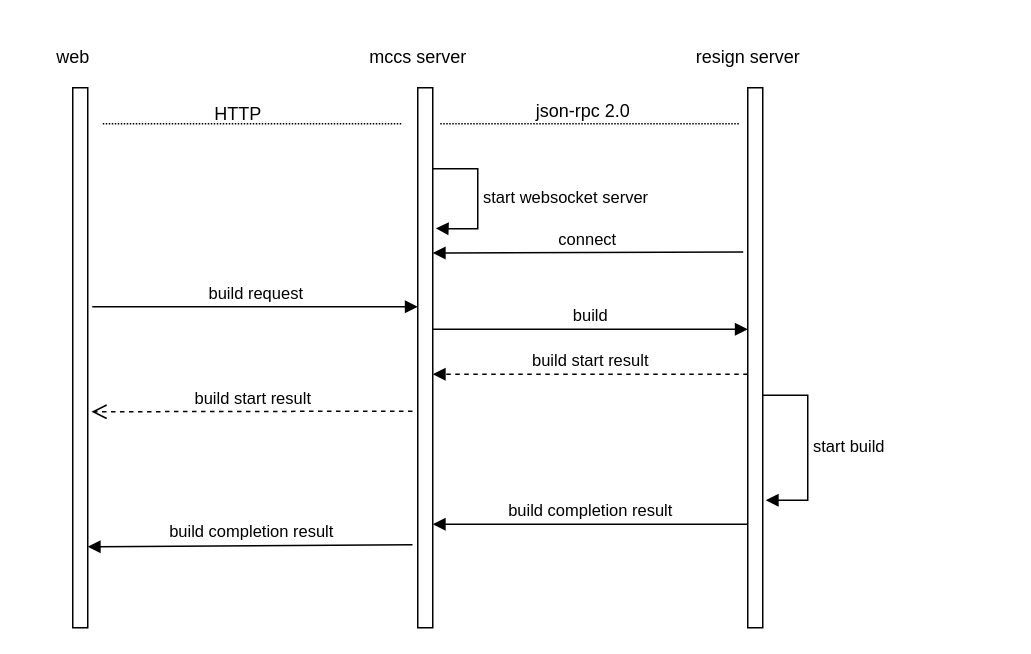
Above: oem.drawio in Dcell/drawio (draw.io), before the change. Source tidied: cells renumbered, new cells numbered last; positions are measured from the earlier drawing's top-left corner, leaving out a move shared by most shapes. Both pictures are drawn from the tidied source at 150%, with x=0, y=0 at pixel (42, 42).
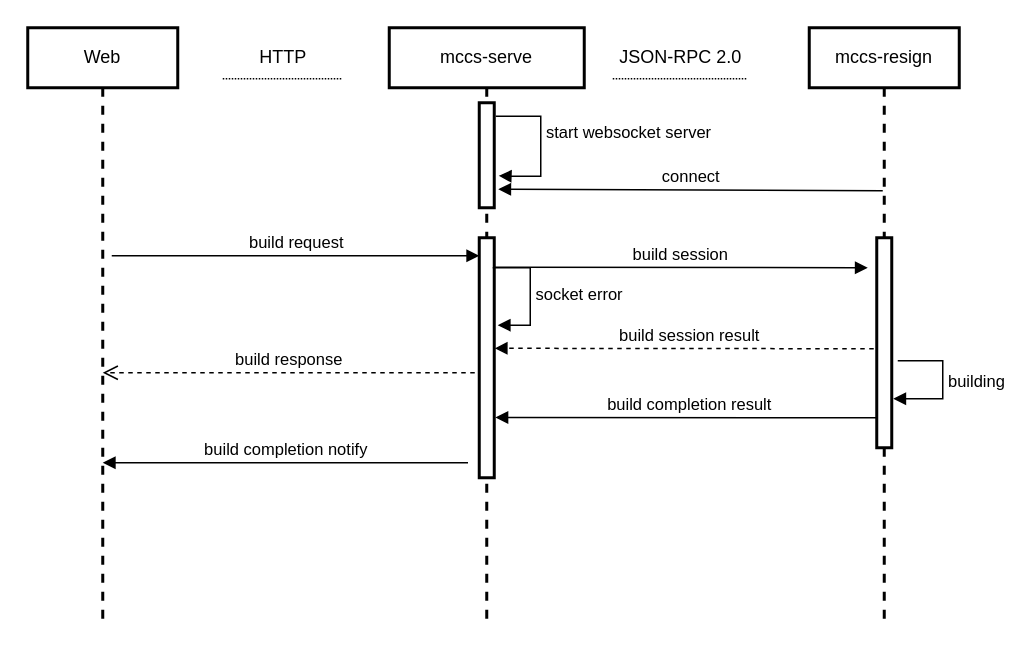
After the change.

Diff of the diagram source:
```diff
@@
-    <mxCell id="2" style="html=1;perimeter=orthogonalPerimeter;" parent="1" vertex="1">
-      <mxGeometry x="20" y="30" width="10" height="360" as="geometry" />
-    </mxCell>
-    <mxCell id="3" style="html=1;points=[];perimeter=orthogonalPerimeter;" parent="1" vertex="1">
-      <mxGeometry x="250" y="30" width="10" height="360" as="geometry" />
-    </mxCell>
-    <mxCell id="4" style="html=1;points=[];perimeter=orthogonalPerimeter;" parent="1" vertex="1">
-      <mxGeometry x="470" y="30" width="10" height="360" as="geometry" />
-    </mxCell>
-    <mxCell id="5" value="web" style="text;html=1;align=center;verticalAlign=middle;" parent="1" vertex="1">
-      <mxGeometry width="40" height="20" as="geometry" />
-    </mxCell>
-    <mxCell id="6" value="mccs server" style="text;html=1;align=center;verticalAlign=middle;" parent="1" vertex="1">
-      <mxGeometry x="210" width="80" height="20" as="geometry" />
-    </mxCell>
-    <mxCell id="7" value="resign server" style="text;html=1;align=center;verticalAlign=middle;" parent="1" vertex="1">
-      <mxGeometry x="430" width="80" height="20" as="geometry" />
-    </mxCell>
     <mxCell id="8" value="start websocket server&lt;br&gt;" style="edgeStyle=orthogonalEdgeStyle;html=1;align=left;spacingLeft=2;endArrow=block;rounded=0;entryX=1.2;entryY=0.138;entryDx=0;entryDy=0;entryPerimeter=0;" parent="1" edge="1">
-      <mxGeometry relative="1" as="geometry">
-        <mxPoint x="260" y="84" as="sourcePoint" />
-        <mxPoint x="262" y="123.7" as="targetPoint" />
+      <mxGeometry x="-0.39" y="-11" relative="1" as="geometry">
+        <mxPoint x="302" y="49" as="sourcePoint" />
+        <mxPoint x="304" y="88.7" as="targetPoint" />
         <Array as="points">
-          <mxPoint x="290" y="84" />
-          <mxPoint x="290" y="124" />
-          <mxPoint x="270" y="124" />
+          <mxPoint x="332" y="49" />
+          <mxPoint x="332" y="89" />
+          <mxPoint x="312" y="89" />
         </Array>
+        <mxPoint x="11" y="11" as="offset" />
       </mxGeometry>
     </mxCell>
     <mxCell id="9" value="build request" style="html=1;verticalAlign=bottom;endArrow=block;" parent="1" edge="1">
       <mxGeometry relative="1" as="geometry">
-        <mxPoint x="33" y="176" as="sourcePoint" />
-        <mxPoint x="250" y="176" as="targetPoint" />
+        <mxPoint x="46" y="142" as="sourcePoint" />
+        <mxPoint x="291" y="142" as="targetPoint" />
       </mxGeometry>
     </mxCell>
-    <mxCell id="10" value="json-rpc 2.0" style="text;html=1;align=center;verticalAlign=middle;" parent="1" vertex="1">
-      <mxGeometry x="320" y="36" width="80" height="20" as="geometry" />
+    <mxCell id="10" value="JSON-RPC 2.0" style="text;html=1;align=center;verticalAlign=middle;" parent="1" vertex="1">
+      <mxGeometry x="375" width="100" height="20" as="geometry" />
     </mxCell>
-    <mxCell id="11" value="build start result" style="html=1;verticalAlign=bottom;endArrow=open;dashed=1;endSize=8;entryX=1.25;entryY=0.5;entryDx=0;entryDy=0;entryPerimeter=0;exitX=-0.35;exitY=0.499;exitDx=0;exitDy=0;exitPerimeter=0;" parent="1" edge="1">
+    <mxCell id="11" value="build response" style="html=1;verticalAlign=bottom;endArrow=open;dashed=1;endSize=8;exitX=-0.35;exitY=0.499;exitDx=0;exitDy=0;exitPerimeter=0;" parent="1" edge="1" target="21">
       <mxGeometry relative="1" as="geometry">
-        <mxPoint x="246.5" y="245.6" as="sourcePoint" />
-        <mxPoint x="32.5" y="246" as="targetPoint" />
+        <mxPoint x="288" y="220" as="sourcePoint" />
       </mxGeometry>
     </mxCell>
-    <mxCell id="12" value="build" style="html=1;verticalAlign=bottom;endArrow=block;" parent="1" edge="1">
+    <mxCell id="12" value="build session" style="html=1;verticalAlign=bottom;endArrow=block;exitX=0.9;exitY=0.123;exitDx=0;exitDy=0;exitPerimeter=0;" parent="1" edge="1" source="24">
       <mxGeometry relative="1" as="geometry">
-        <mxPoint x="260" y="191" as="sourcePoint" />
-        <mxPoint x="470" y="191" as="targetPoint" />
+        <mxPoint x="550" y="150" as="targetPoint" />
       </mxGeometry>
     </mxCell>
-    <mxCell id="13" value="build start result" style="html=1;verticalAlign=bottom;endArrow=block;dashed=1;" parent="1" edge="1">
+    <mxCell id="13" value="build session result" style="html=1;verticalAlign=bottom;endArrow=block;dashed=1;entryX=1.033;entryY=0.373;entryDx=0;entryDy=0;entryPerimeter=0;" parent="1" edge="1">
       <mxGeometry relative="1" as="geometry">
-        <mxPoint x="470" y="221" as="sourcePoint" />
-        <mxPoint x="260" y="221" as="targetPoint" />
+        <mxPoint x="560" y="204" as="sourcePoint" />
+        <mxPoint x="301.3" y="203.7" as="targetPoint" />
       </mxGeometry>
     </mxCell>
-    <mxCell id="14" value="start build" style="edgeStyle=orthogonalEdgeStyle;html=1;align=left;spacingLeft=2;endArrow=block;rounded=0;" parent="1" edge="1">
+    <mxCell id="14" value="building" style="edgeStyle=orthogonalEdgeStyle;html=1;align=left;spacingLeft=2;endArrow=block;rounded=0;entryX=1.1;entryY=0.629;entryDx=0;entryDy=0;entryPerimeter=0;" parent="1" edge="1">
       <mxGeometry relative="1" as="geometry">
-        <mxPoint x="480" y="235" as="sourcePoint" />
-        <mxPoint x="482" y="305" as="targetPoint" />
+        <mxPoint x="570" y="212" as="sourcePoint" />
+        <mxPoint x="567" y="237.3" as="targetPoint" />
         <Array as="points">
-          <mxPoint x="510" y="235" />
-          <mxPoint x="510" y="305" />
-          <mxPoint x="482" y="305" />
+          <mxPoint x="600" y="212" />
+          <mxPoint x="600" y="237" />
         </Array>
       </mxGeometry>
     </mxCell>
-    <mxCell id="15" value="build completion result" style="html=1;verticalAlign=bottom;endArrow=block;" parent="1" edge="1">
+    <mxCell id="15" value="build completion result" style="html=1;verticalAlign=bottom;endArrow=block;entryX=1.077;entryY=0.749;entryDx=0;entryDy=0;entryPerimeter=0;" parent="1" edge="1" target="24">
       <mxGeometry relative="1" as="geometry">
-        <mxPoint x="470" y="321" as="sourcePoint" />
-        <mxPoint x="260" y="321" as="targetPoint" />
+        <mxPoint x="560" y="250" as="sourcePoint" />
       </mxGeometry>
     </mxCell>
-    <mxCell id="16" value="build completion result" style="html=1;verticalAlign=bottom;endArrow=block;exitX=-0.35;exitY=0.746;exitDx=0;exitDy=0;exitPerimeter=0;" parent="1" edge="1">
+    <mxCell id="16" value="build completion notify" style="html=1;verticalAlign=bottom;endArrow=block;exitX=-0.35;exitY=0.746;exitDx=0;exitDy=0;exitPerimeter=0;" parent="1" edge="1" target="21">
       <mxGeometry relative="1" as="geometry">
-        <mxPoint x="246.5" y="334.6" as="sourcePoint" />
-        <mxPoint x="30" y="336" as="targetPoint" />
+        <mxPoint x="283.5" y="280" as="sourcePoint" />
       </mxGeometry>
     </mxCell>
     <mxCell id="17" style="line;strokeWidth=1;fillColor=none;align=left;verticalAlign=middle;spacingTop=-1;spacingLeft=3;spacingRight=3;labelPosition=right;dashed=1;dashPattern=1 1;" parent="1" vertex="1">
-      <mxGeometry x="40" y="50" width="200" height="8" as="geometry" />
+      <mxGeometry x="120" y="20" width="80" height="8" as="geometry" />
     </mxCell>
     <mxCell id="18" value="HTTP" style="text;html=1;align=center;verticalAlign=middle;" parent="1" vertex="1">
-      <mxGeometry x="105" y="38" width="50" height="20" as="geometry" />
+      <mxGeometry x="135" width="50" height="20" as="geometry" />
     </mxCell>
     <mxCell id="19" style="line;strokeWidth=1;fillColor=none;align=left;verticalAlign=middle;spacingTop=-1;spacingLeft=3;spacingRight=3;labelPosition=right;dashed=1;dashPattern=1 1;" parent="1" vertex="1">
-      <mxGeometry x="265" y="50" width="200" height="8" as="geometry" />
+      <mxGeometry x="380" y="20" width="90" height="8" as="geometry" />
     </mxCell>
-    <mxCell id="20" value="connect" style="html=1;verticalAlign=bottom;endArrow=block;entryX=1;entryY=0.306;entryDx=0;entryDy=0;entryPerimeter=0;exitX=-0.3;exitY=0.304;exitDx=0;exitDy=0;exitPerimeter=0;" parent="1" edge="1" source="4" target="3">
-      <mxGeometry relative="1" as="geometry" />
+    <mxCell id="20" value="connect" style="html=1;verticalAlign=bottom;endArrow=block;entryX=1.267;entryY=0.824;entryDx=0;entryDy=0;entryPerimeter=0;" parent="1" edge="1" target="23">
+      <mxGeometry relative="1" as="geometry">
+        <mxPoint x="560" y="98.7" as="sourcePoint" />
+      </mxGeometry>
     </mxCell>
+    <mxCell id="21" value="Web" style="shape=umlLifeline;perimeter=lifelinePerimeter;whiteSpace=wrap;html=1;outlineConnect=0;strokeWidth=2;" parent="1" vertex="1">
+      <mxGeometry x="-10" y="-10" width="100" height="400" as="geometry" />
+    </mxCell>
+    <mxCell id="22" value="mccs-serve" style="shape=umlLifeline;perimeter=lifelinePerimeter;whiteSpace=wrap;html=1;strokeWidth=2;" parent="1" vertex="1">
+      <mxGeometry x="231" y="-10" width="130" height="400" as="geometry" />
+    </mxCell>
+    <mxCell id="23" style="html=1;points=[];perimeter=orthogonalPerimeter;strokeWidth=2;" parent="22" vertex="1">
+      <mxGeometry x="60" y="50" width="10" height="70" as="geometry" />
+    </mxCell>
+    <mxCell id="24" style="html=1;points=[];perimeter=orthogonalPerimeter;strokeWidth=2;" parent="22" vertex="1">
+      <mxGeometry x="60" y="140" width="10" height="160" as="geometry" />
+    </mxCell>
+    <mxCell id="25" value="mccs-resign" style="shape=umlLifeline;perimeter=lifelinePerimeter;whiteSpace=wrap;html=1;strokeWidth=2;" parent="1" vertex="1">
+      <mxGeometry x="511" y="-10" width="100" height="400" as="geometry" />
+    </mxCell>
+    <mxCell id="26" style="html=1;perimeter=orthogonalPerimeter;strokeWidth=2;" parent="25" vertex="1">
+      <mxGeometry x="45" y="140" width="10" height="140" as="geometry" />
+    </mxCell>
+    <mxCell id="27" value="socket error" style="edgeStyle=orthogonalEdgeStyle;html=1;align=left;spacingLeft=2;endArrow=block;rounded=0;entryX=1.233;entryY=0.427;entryDx=0;entryDy=0;entryPerimeter=0;" parent="1" edge="1">
+      <mxGeometry relative="1" as="geometry">
+        <mxPoint x="300" y="150" as="sourcePoint" />
+        <mxPoint x="303.3" y="188.3" as="targetPoint" />
+        <Array as="points">
+          <mxPoint x="325" y="150" />
+          <mxPoint x="325" y="188" />
+        </Array>
+      </mxGeometry>
+    </mxCell>
```
